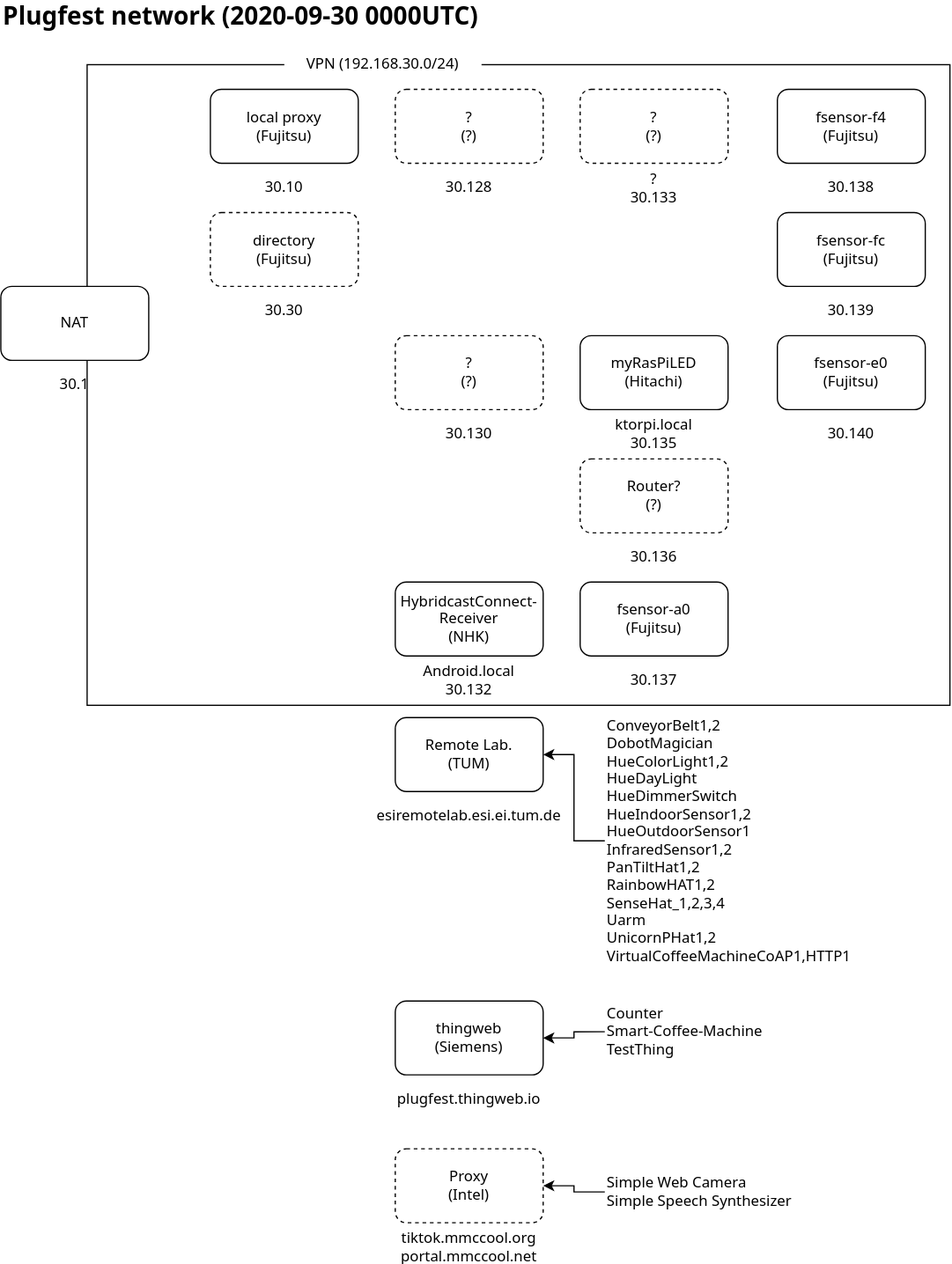
The draw.io diagram events/2020.09.Online/plugfestnetwork.svg in w3c/wot-testing, before a commit. Source tidied: cells renumbered, new cells last; positions are measured from the earlier drawing's top-left corner, leaving out a move shared by most shapes.
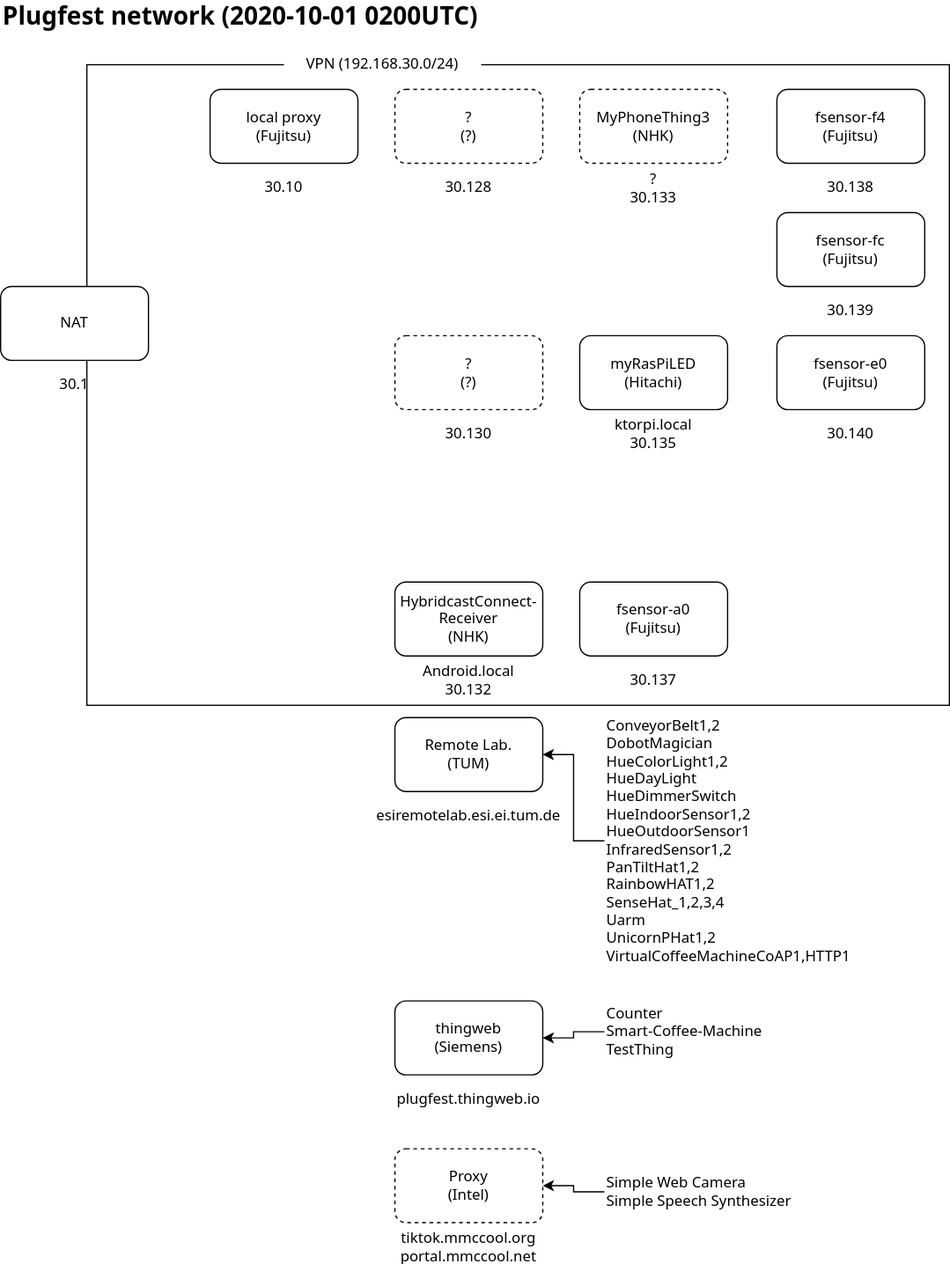
Above is the later version.

Diff of the diagram source:
```diff
@@ -74,7 +74,7 @@
     <mxCell id="25" value="Counter&lt;br&gt;Smart-Coffee-Machine&lt;br&gt;TestThing" style="text;html=1;strokeColor=none;fillColor=none;align=left;verticalAlign=middle;whiteSpace=wrap;rounded=0;fontFamily=Noto Sans;fontSource=https%3A%2F%2Ffonts.googleapis.com%2Fcss%3Ffamily%3DNoto%2BSans;" parent="1" vertex="1">
       <mxGeometry x="490" y="810" width="210" height="50" as="geometry" />
     </mxCell>
-    <mxCell id="26" value="Plugfest network (2020-09-30 0000UTC)" style="text;html=1;strokeColor=none;fillColor=none;align=left;verticalAlign=middle;whiteSpace=wrap;rounded=0;fontFamily=Noto Sans;fontSource=https%3A%2F%2Ffonts.googleapis.com%2Fcss%3Ffamily%3DNoto%2BSans;fontStyle=1;fontSize=20;" parent="1" vertex="1">
+    <mxCell id="26" value="Plugfest network (2020-10-01 0200UTC)" style="text;html=1;strokeColor=none;fillColor=none;align=left;verticalAlign=middle;whiteSpace=wrap;rounded=0;fontFamily=Noto Sans;fontSource=https%3A%2F%2Ffonts.googleapis.com%2Fcss%3Ffamily%3DNoto%2BSans;fontStyle=1;fontSize=20;" parent="1" vertex="1">
       <mxGeometry width="450" height="20" as="geometry" />
     </mxCell>
     <mxCell id="27" style="group;fontFamily=Noto Sans;fontSource=https%3A%2F%2Ffonts.googleapis.com%2Fcss%3Ffamily%3DNoto%2BSans;" parent="1" vertex="1">
@@ -113,24 +113,9 @@
     <mxCell id="38" value="30.10" style="text;html=1;strokeColor=none;fillColor=none;align=center;verticalAlign=middle;whiteSpace=wrap;rounded=0;fontFamily=Noto Sans;fontSource=https%3A%2F%2Ffonts.googleapis.com%2Fcss%3Ffamily%3DNoto%2BSans;" parent="36" vertex="1">
       <mxGeometry x="40" y="70" width="40" height="20" as="geometry" />
     </mxCell>
-    <mxCell id="39" style="group;fontFamily=Noto Sans;fontSource=https%3A%2F%2Ffonts.googleapis.com%2Fcss%3Ffamily%3DNoto%2BSans;" parent="1" vertex="1">
-      <mxGeometry x="170" y="170" width="120" height="90" as="geometry" />
-    </mxCell>
-    <mxCell id="40" value="directory&lt;br&gt;(Fujitsu)" style="rounded=1;whiteSpace=wrap;html=1;fontFamily=Noto Sans;fontSource=https%3A%2F%2Ffonts.googleapis.com%2Fcss%3Ffamily%3DNoto%2BSans;dashed=1;" parent="39" vertex="1">
-      <mxGeometry width="120" height="60" as="geometry" />
-    </mxCell>
-    <mxCell id="41" value="30.30" style="text;html=1;strokeColor=none;fillColor=none;align=center;verticalAlign=middle;whiteSpace=wrap;rounded=0;fontFamily=Noto Sans;fontSource=https%3A%2F%2Ffonts.googleapis.com%2Fcss%3Ffamily%3DNoto%2BSans;" parent="39" vertex="1">
-      <mxGeometry x="40" y="70" width="40" height="20" as="geometry" />
-    </mxCell>
     <mxCell id="42" style="group;fontFamily=Noto Sans;fontSource=https%3A%2F%2Ffonts.googleapis.com%2Fcss%3Ffamily%3DNoto%2BSans;" parent="1" vertex="1">
       <mxGeometry x="470" y="370" width="120" height="180" as="geometry" />
     </mxCell>
-    <mxCell id="43" value="Router?&lt;br&gt;(?)" style="rounded=1;whiteSpace=wrap;html=1;fontFamily=Noto Sans;fontSource=https%3A%2F%2Ffonts.googleapis.com%2Fcss%3Ffamily%3DNoto%2BSans;dashed=1;" parent="42" vertex="1">
-      <mxGeometry width="120" height="60" as="geometry" />
-    </mxCell>
-    <mxCell id="44" value="30.136" style="text;html=1;strokeColor=none;fillColor=none;align=center;verticalAlign=middle;whiteSpace=wrap;rounded=0;fontFamily=Noto Sans;fontSource=https%3A%2F%2Ffonts.googleapis.com%2Fcss%3Ffamily%3DNoto%2BSans;" parent="42" vertex="1">
-      <mxGeometry x="40" y="70" width="40" height="20" as="geometry" />
-    </mxCell>
     <mxCell id="45" style="group;fontFamily=Noto Sans;fontSource=https%3A%2F%2Ffonts.googleapis.com%2Fcss%3Ffamily%3DNoto%2BSans;" parent="42" vertex="1">
       <mxGeometry y="100" width="120" height="90" as="geometry" />
     </mxCell>
@@ -170,7 +155,7 @@
     <mxCell id="57" style="group;fontFamily=Noto Sans;fontSource=https%3A%2F%2Ffonts.googleapis.com%2Fcss%3Ffamily%3DNoto%2BSans;" parent="1" vertex="1">
       <mxGeometry x="470" y="70" width="120" height="90" as="geometry" />
     </mxCell>
-    <mxCell id="58" value="?&lt;br&gt;(?)" style="rounded=1;whiteSpace=wrap;html=1;fontFamily=Noto Sans;fontSource=https%3A%2F%2Ffonts.googleapis.com%2Fcss%3Ffamily%3DNoto%2BSans;dashed=1;" parent="57" vertex="1">
+    <mxCell id="58" value="MyPhoneThing3&lt;br&gt;(NHK)" style="rounded=1;whiteSpace=wrap;html=1;fontFamily=Noto Sans;fontSource=https%3A%2F%2Ffonts.googleapis.com%2Fcss%3Ffamily%3DNoto%2BSans;dashed=1;" parent="57" vertex="1">
       <mxGeometry width="120" height="60" as="geometry" />
     </mxCell>
     <mxCell id="59" value="?&lt;br&gt;30.133" style="text;html=1;strokeColor=none;fillColor=none;align=center;verticalAlign=middle;whiteSpace=wrap;rounded=0;fontFamily=Noto Sans;fontSource=https%3A%2F%2Ffonts.googleapis.com%2Fcss%3Ffamily%3DNoto%2BSans;" parent="57" vertex="1">
```
